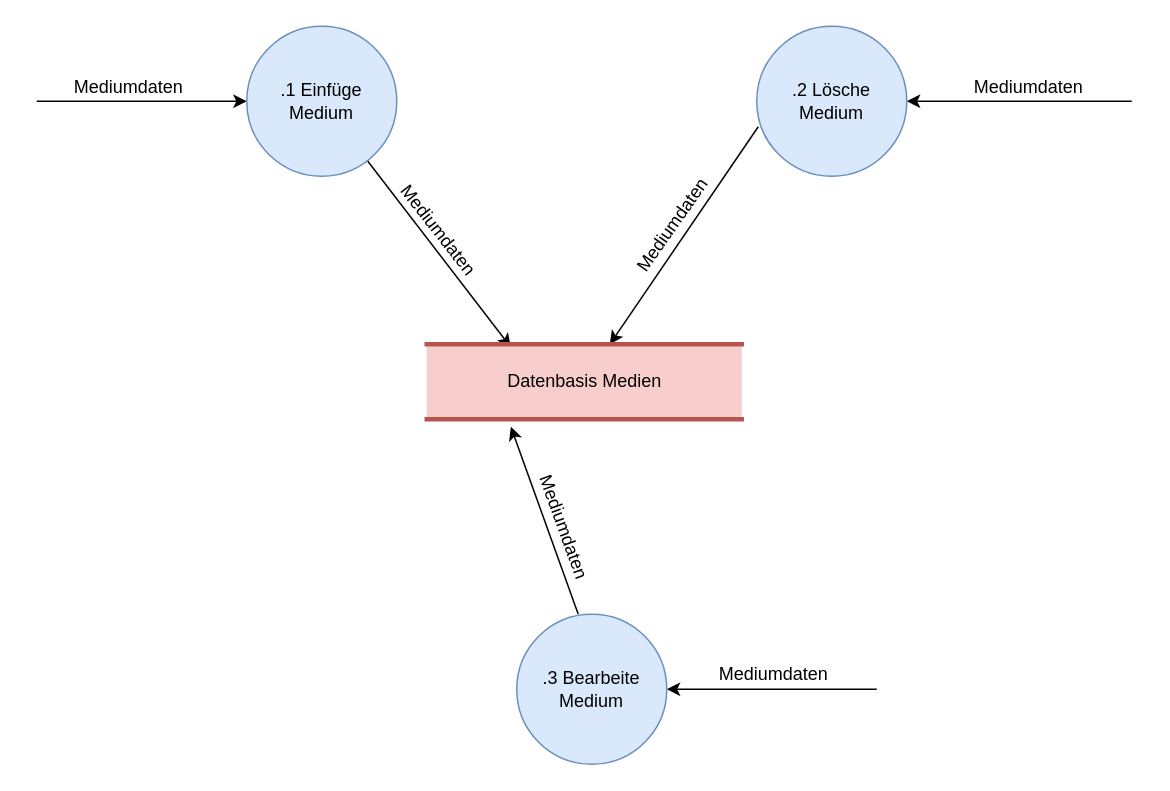
Before: 2_Ontologies/Strukturierte Analyse/DFDs/Level2/DFD_2_Einfuege_Loesche_Bearbeite_Medium.drawio in mostermann96/SWT2, a draw.io diagram. Source tidied: cells renumbered, new cells numbered last; positions are measured from the earlier drawing's top-left corner, leaving out a move shared by most shapes. Both pictures are drawn from the tidied source at 150%, with x=0, y=0 at pixel (36, 26).
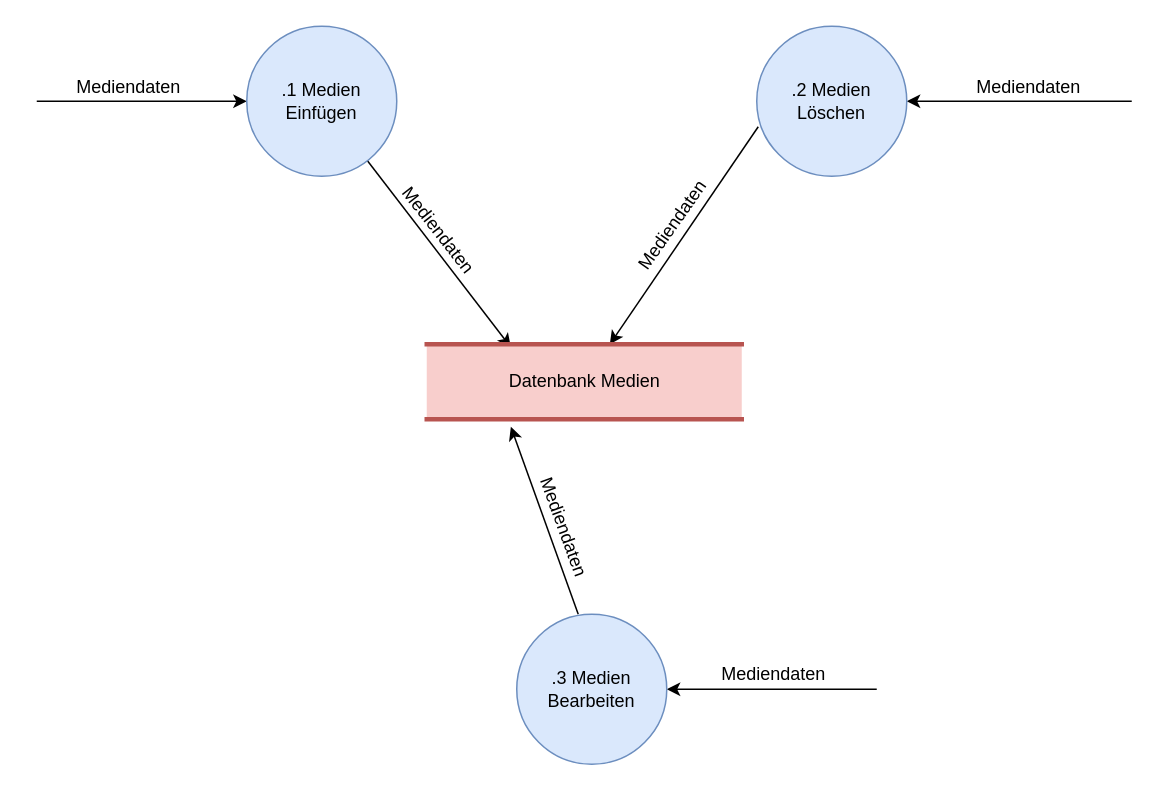
The same diagram, later.

Commit message (it also covers changes not shown here):
veränderte Medien-DFDs

The change refers to these unchanged cells:
```xml
<mxCell id="2" style="rounded=0;jettySize=auto;html=1;entryX=0.267;entryY=0.04;entryDx=0;entryDy=0;entryPerimeter=0;startArrow=none;startFill=0;" parent="1" edge="1" source="6" target="11">
  <mxGeometry relative="1" as="geometry" />
</mxCell>
<mxCell id="4" style="edgeStyle=none;rounded=0;jettySize=auto;html=1;exitX=0;exitY=0.5;exitDx=0;exitDy=0;startArrow=classic;startFill=1;endArrow=none;endFill=0;" parent="1" edge="1" source="6">
  <mxGeometry relative="1" as="geometry">
    <mxPoint y="50" as="targetPoint" />
  </mxGeometry>
</mxCell>
<mxCell id="7" style="edgeStyle=none;rounded=0;jettySize=auto;html=1;entryX=0.01;entryY=0.67;entryDx=0;entryDy=0;entryPerimeter=0;startArrow=classic;startFill=1;endArrow=none;endFill=0;" parent="1" edge="1" source="11" target="15">
  <mxGeometry relative="1" as="geometry" />
</mxCell>
<mxCell id="9" style="edgeStyle=none;rounded=0;jettySize=auto;html=1;entryX=0.41;entryY=0;entryDx=0;entryDy=0;entryPerimeter=0;startArrow=classic;startFill=1;endArrow=none;endFill=0;exitX=0.267;exitY=1.1;exitDx=0;exitDy=0;exitPerimeter=0;" parent="1" edge="1" source="11" target="18">
  <mxGeometry relative="1" as="geometry" />
</mxCell>
<mxCell id="12" style="edgeStyle=none;rounded=0;jettySize=auto;html=1;startArrow=classic;startFill=1;endArrow=none;endFill=0;" parent="1" edge="1" source="15">
  <mxGeometry relative="1" as="geometry">
    <mxPoint x="730" y="50" as="targetPoint" />
  </mxGeometry>
</mxCell>
<mxCell id="16" style="edgeStyle=none;rounded=0;jettySize=auto;html=1;exitX=1;exitY=0.5;exitDx=0;exitDy=0;startArrow=classic;startFill=1;endArrow=none;endFill=0;" parent="1" edge="1" source="18">
  <mxGeometry relative="1" as="geometry">
    <mxPoint x="560" y="442" as="targetPoint" />
  </mxGeometry>
</mxCell>
```

Change to the diagram source:
```diff
@@
-    <mxCell id="3" value="Mediumdaten" style="text;html=1;align=center;verticalAlign=middle;labelBackgroundColor=#ffffff;rotation=52;" parent="2" vertex="1">
+    <mxCell id="3" value="Mediendaten" style="text;html=1;align=center;verticalAlign=middle;labelBackgroundColor=#ffffff;rotation=52;" parent="2" vertex="1">
       <mxGeometry x="0.36" y="1" relative="1" as="geometry">
         <mxPoint x="-18.5" y="-39" as="offset" />
       </mxGeometry>
     </mxCell>
@@
-    <mxCell id="5" value="Mediumdaten" style="text;html=1;align=center;verticalAlign=middle;labelBackgroundColor=#ffffff;" parent="4" vertex="1">
+    <mxCell id="5" value="Mediendaten" style="text;html=1;align=center;verticalAlign=middle;labelBackgroundColor=#ffffff;" parent="4" vertex="1">
       <mxGeometry x="0.39" relative="1" as="geometry">
         <mxPoint x="17" y="-10" as="offset" />
       </mxGeometry>
     </mxCell>
-    <mxCell id="6" value=".1 Einfüge Medium" style="ellipse;whiteSpace=wrap;html=1;fillColor=#dae8fc;strokeColor=#6c8ebf;strokeWidth=1;" parent="1" vertex="1">
+    <mxCell id="6" value=".1 Medien Einfügen" style="ellipse;whiteSpace=wrap;html=1;fillColor=#dae8fc;strokeColor=#6c8ebf;strokeWidth=1;" parent="1" vertex="1">
       <mxGeometry x="140" width="100" height="100" as="geometry" />
     </mxCell>
@@
-    <mxCell id="8" value="Mediumdaten&lt;br&gt;" style="text;html=1;align=center;verticalAlign=middle;labelBackgroundColor=#ffffff;rotation=-55;" parent="7" vertex="1">
+    <mxCell id="8" value="Mediendaten" style="text;html=1;align=center;verticalAlign=middle;labelBackgroundColor=#ffffff;rotation=-55;" parent="7" vertex="1">
       <mxGeometry x="-0.16" y="1" relative="1" as="geometry">
         <mxPoint x="0.5" y="-17" as="offset" />
       </mxGeometry>
     </mxCell>
@@
-    <mxCell id="10" value="Mediumdaten&lt;br&gt;" style="text;html=1;align=center;verticalAlign=middle;labelBackgroundColor=#ffffff;rotation=70;" parent="9" vertex="1">
+    <mxCell id="10" value="Mediendaten" style="text;html=1;align=center;verticalAlign=middle;labelBackgroundColor=#ffffff;rotation=70;" parent="9" vertex="1">
       <mxGeometry x="-0.22" relative="1" as="geometry">
         <mxPoint x="18" y="17.5" as="offset" />
       </mxGeometry>
     </mxCell>
-    <mxCell id="11" value="Datenbasis Medien" style="html=1;dashed=0;whitespace=wrap;shape=partialRectangle;right=0;left=0;fillColor=#f8cecc;strokeColor=#b85450;strokeWidth=3;" parent="1" vertex="1">
+    <mxCell id="11" value="Datenbank Medien" style="html=1;dashed=0;whitespace=wrap;shape=partialRectangle;right=0;left=0;fillColor=#f8cecc;strokeColor=#b85450;strokeWidth=3;" parent="1" vertex="1">
       <mxGeometry x="260" y="212" width="210" height="50" as="geometry" />
     </mxCell>
@@
-    <mxCell id="14" value="Mediumdaten" style="text;html=1;align=center;verticalAlign=middle;labelBackgroundColor=#ffffff;" parent="12" vertex="1">
+    <mxCell id="14" value="Mediendaten" style="text;html=1;align=center;verticalAlign=middle;labelBackgroundColor=#ffffff;" parent="12" vertex="1">
       <mxGeometry x="-0.32" relative="1" as="geometry">
         <mxPoint x="29" y="-10" as="offset" />
       </mxGeometry>
     </mxCell>
-    <mxCell id="15" value=".2 Lösche Medium" style="ellipse;whiteSpace=wrap;html=1;fillColor=#dae8fc;strokeColor=#6c8ebf;strokeWidth=1;" parent="1" vertex="1">
+    <mxCell id="15" value=".2 Medien Löschen" style="ellipse;whiteSpace=wrap;html=1;fillColor=#dae8fc;strokeColor=#6c8ebf;strokeWidth=1;" parent="1" vertex="1">
       <mxGeometry x="480" width="100" height="100" as="geometry" />
     </mxCell>
@@
-    <mxCell id="17" value="Mediumdaten" style="text;html=1;align=center;verticalAlign=middle;labelBackgroundColor=#ffffff;" parent="16" vertex="1">
+    <mxCell id="17" value="Mediendaten" style="text;html=1;align=center;verticalAlign=middle;labelBackgroundColor=#ffffff;" parent="16" vertex="1">
       <mxGeometry x="0.16" y="1" relative="1" as="geometry">
         <mxPoint x="-11" y="-10" as="offset" />
       </mxGeometry>
     </mxCell>
-    <mxCell id="18" value=".3 Bearbeite Medium" style="ellipse;whiteSpace=wrap;html=1;fillColor=#dae8fc;strokeColor=#6c8ebf;strokeWidth=1;" parent="1" vertex="1">
+    <mxCell id="18" value=".3 Medien Bearbeiten" style="ellipse;whiteSpace=wrap;html=1;fillColor=#dae8fc;strokeColor=#6c8ebf;strokeWidth=1;" parent="1" vertex="1">
       <mxGeometry x="320" y="392" width="100" height="100" as="geometry" />
     </mxCell>
```
